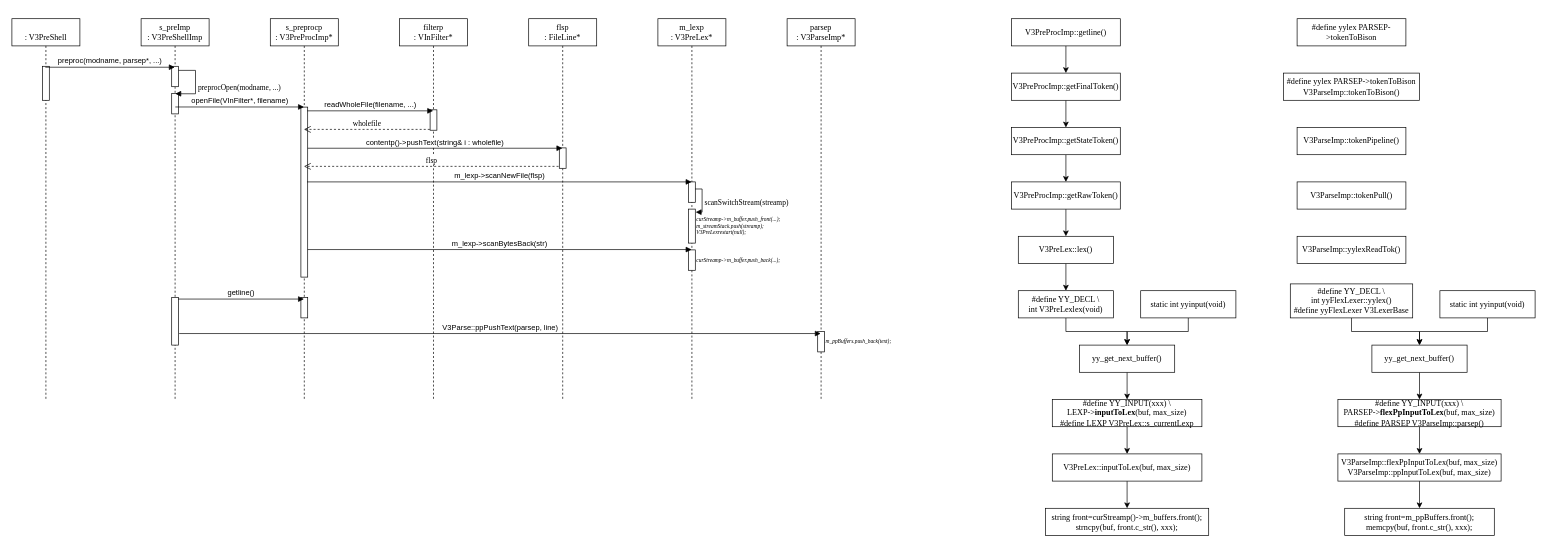
Earlier version of the draw.io diagram verilator_digrams/YY_INPUT.drawio (Dercury/CLDK). Source tidied: cells renumbered, new cells numbered last; positions are measured from the earlier drawing's top-left corner, leaving out a move shared by most shapes. Both pictures are drawn from the tidied source at 68%, with x=0, y=0 at pixel (12, 18).
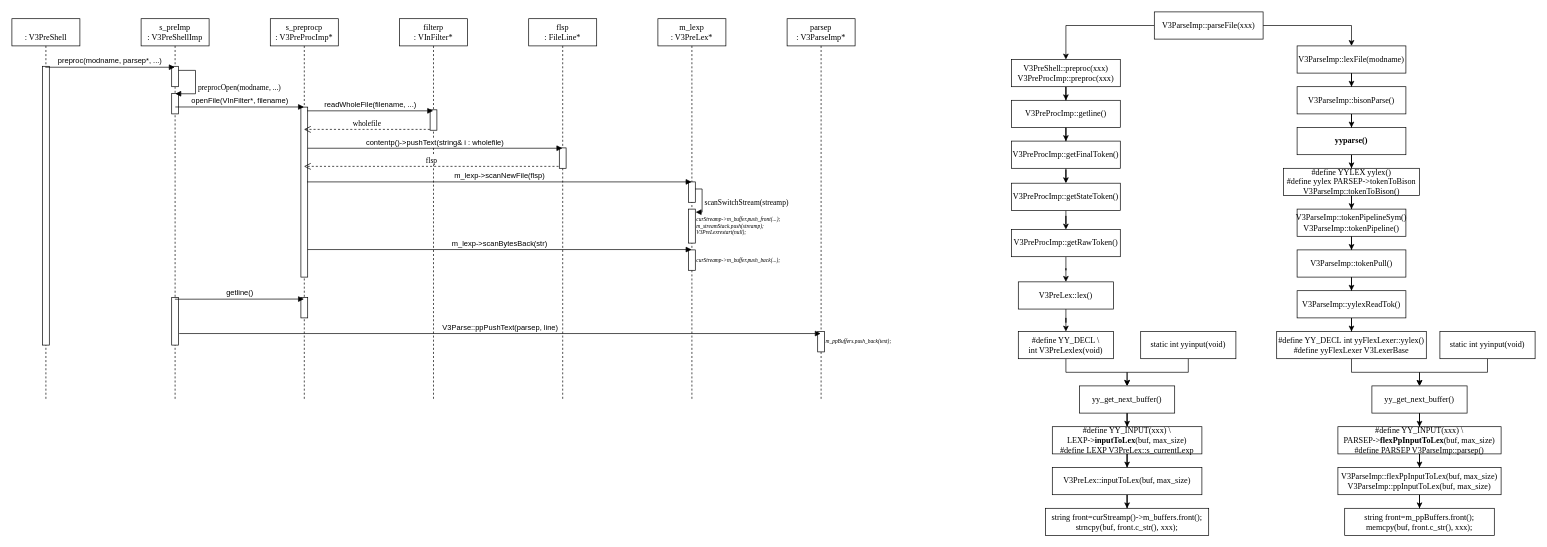
Above is the later version.

Unchanged cells that the change refers to:
```xml
<mxCell id="2" value="&lt;br&gt;: V3PreShell" style="shape=umlLifeline;perimeter=lifelinePerimeter;whiteSpace=wrap;html=1;outlineConnect=0;fontFamily=Times New Roman;" parent="1" vertex="1">
  <mxGeometry width="100" height="562" as="geometry" />
</mxCell>
<mxCell id="4" value="s_preImp&lt;br&gt;: V3PreShellImp" style="shape=umlLifeline;perimeter=lifelinePerimeter;whiteSpace=wrap;html=1;outlineConnect=0;fontFamily=Times New Roman;" parent="1" vertex="1">
  <mxGeometry x="190" width="100" height="562" as="geometry" />
</mxCell>
<mxCell id="8" style="html=1;points=[];perimeter=orthogonalPerimeter;" parent="4" vertex="1">
  <mxGeometry x="45" y="410" width="10" height="70" as="geometry" />
</mxCell>
```

What changed in the source:
```diff
@@
     <mxCell id="3" style="html=1;perimeter=orthogonalPerimeter;" parent="2" vertex="1">
-      <mxGeometry x="45" y="70" width="10" height="50" as="geometry" />
+      <mxGeometry x="45" y="70" width="10" height="410" as="geometry" />
     </mxCell>
@@
-    <mxCell id="13" value="getline()" style="html=1;verticalAlign=bottom;endArrow=block;exitX=0.933;exitY=0.033;exitDx=0;exitDy=0;exitPerimeter=0;" parent="1" edge="1" source="8">
+    <mxCell id="13" value="getline()" style="html=1;verticalAlign=bottom;endArrow=block;exitX=0.497;exitY=0.734;exitDx=0;exitDy=0;exitPerimeter=0;" parent="1" edge="1" source="4">
       <mxGeometry relative="1" as="geometry">
         <mxPoint x="429.5" y="412.3" as="targetPoint" />
       </mxGeometry>
     </mxCell>
@@
     <mxCell id="37" value="#define YY_DECL \&lt;br&gt;int V3PreLexlex(void)" style="rounded=0;whiteSpace=wrap;html=1;fontFamily=Times New Roman;" parent="1" vertex="1">
-      <mxGeometry x="1480" y="400" width="140" height="40" as="geometry" />
+      <mxGeometry x="1480" y="460" width="140" height="40" as="geometry" />
     </mxCell>
@@
     <mxCell id="39" value="yy_get_next_buffer()" style="rounded=0;whiteSpace=wrap;html=1;fontFamily=Times New Roman;" parent="1" vertex="1">
-      <mxGeometry x="1570" y="480" width="140" height="40" as="geometry" />
+      <mxGeometry x="1570" y="540" width="140" height="40" as="geometry" />
     </mxCell>
@@
     <mxCell id="41" value="static int yyinput(void)" style="rounded=0;whiteSpace=wrap;html=1;fontFamily=Times New Roman;" parent="1" vertex="1">
-      <mxGeometry x="1660" y="400" width="140" height="40" as="geometry" />
+      <mxGeometry x="1660" y="460" width="140" height="40" as="geometry" />
     </mxCell>
@@
     <mxCell id="43" value="#define YY_INPUT(xxx) \&lt;br&gt;LEXP-&amp;gt;&lt;b&gt;inputToLex&lt;/b&gt;(buf, max_size)&lt;br&gt;#define LEXP V3PreLex::s_currentLexp" style="rounded=0;whiteSpace=wrap;html=1;fontFamily=Times New Roman;" parent="1" vertex="1">
-      <mxGeometry x="1530" y="560" width="220" height="40" as="geometry" />
+      <mxGeometry x="1530" y="600" width="220" height="40" as="geometry" />
     </mxCell>
@@
     <mxCell id="45" value="V3PreLex::inputToLex(buf, max_size)" style="rounded=0;whiteSpace=wrap;html=1;fontFamily=Times New Roman;" parent="1" vertex="1">
-      <mxGeometry x="1530" y="640" width="220" height="40" as="geometry" />
+      <mxGeometry x="1530" y="660" width="220" height="40" as="geometry" />
     </mxCell>
@@
     <mxCell id="48" value="V3PreLex::lex()" style="rounded=0;whiteSpace=wrap;html=1;fontFamily=Times New Roman;" parent="1" vertex="1">
-      <mxGeometry x="1480" y="320" width="140" height="40" as="geometry" />
+      <mxGeometry x="1480" y="387" width="140" height="40" as="geometry" />
     </mxCell>
@@
     <mxCell id="50" value="V3PreProcImp::getRawToken()" style="rounded=0;whiteSpace=wrap;html=1;fontFamily=Times New Roman;" parent="1" vertex="1">
-      <mxGeometry x="1470" y="240" width="160" height="40" as="geometry" />
+      <mxGeometry x="1470" y="310" width="160" height="40" as="geometry" />
     </mxCell>
@@
     <mxCell id="52" value="V3PreProcImp::getStateToken()" style="rounded=0;whiteSpace=wrap;html=1;fontFamily=Times New Roman;" parent="1" vertex="1">
-      <mxGeometry x="1470" y="160" width="160" height="40" as="geometry" />
+      <mxGeometry x="1470" y="241.9" width="160" height="40" as="geometry" />
     </mxCell>
@@
     <mxCell id="54" value="V3PreProcImp::getFinalToken()" style="rounded=0;whiteSpace=wrap;html=1;fontFamily=Times New Roman;" parent="1" vertex="1">
-      <mxGeometry x="1470" y="80" width="160" height="40" as="geometry" />
+      <mxGeometry x="1470" y="180" width="160" height="40" as="geometry" />
     </mxCell>
@@
     <mxCell id="56" value="V3PreProcImp::getline()" style="rounded=0;whiteSpace=wrap;html=1;fontFamily=Times New Roman;" parent="1" vertex="1">
-      <mxGeometry x="1470" width="160" height="40" as="geometry" />
+      <mxGeometry x="1470" y="120" width="160" height="40" as="geometry" />
     </mxCell>
@@
     <mxCell id="59" value="V3ParseImp::flexPpInputToLex(buf, max_size)&lt;br&gt;V3ParseImp::ppInputToLex(buf, max_size)" style="rounded=0;whiteSpace=wrap;html=1;fontFamily=Times New Roman;" parent="1" vertex="1">
-      <mxGeometry x="1950" y="640" width="240" height="40" as="geometry" />
+      <mxGeometry x="1950" y="660" width="240" height="40" as="geometry" />
     </mxCell>
@@
     <mxCell id="61" value="#define YY_INPUT(xxx) \&lt;br&gt;PARSEP-&amp;gt;&lt;b&gt;flexPpInputToLex&lt;/b&gt;(buf, max_size)&lt;br&gt;#define PARSEP V3ParseImp::parsep()" style="rounded=0;whiteSpace=wrap;html=1;fontFamily=Times New Roman;" parent="1" vertex="1">
-      <mxGeometry x="1950" y="560" width="240" height="40" as="geometry" />
+      <mxGeometry x="1950" y="600" width="240" height="40" as="geometry" />
     </mxCell>
@@
     <mxCell id="63" value="yy_get_next_buffer()" style="rounded=0;whiteSpace=wrap;html=1;fontFamily=Times New Roman;" parent="1" vertex="1">
-      <mxGeometry x="2000" y="480" width="140" height="40" as="geometry" />
+      <mxGeometry x="2000" y="540" width="140" height="40" as="geometry" />
     </mxCell>
@@
     <mxCell id="65" value="static int yyinput(void)" style="rounded=0;whiteSpace=wrap;html=1;fontFamily=Times New Roman;" parent="1" vertex="1">
-      <mxGeometry x="2100" y="400" width="140" height="40" as="geometry" />
+      <mxGeometry x="2100" y="460" width="140" height="40" as="geometry" />
     </mxCell>
@@
-    <mxCell id="67" value="#define YY_DECL \&lt;br&gt;int yyFlexLexer::yylex()&lt;br&gt;#define yyFlexLexer V3LexerBase" style="rounded=0;whiteSpace=wrap;html=1;fontFamily=Times New Roman;" parent="1" vertex="1">
-      <mxGeometry x="1880" y="390" width="180" height="50" as="geometry" />
+    <mxCell id="67" value="#define YY_DECL&amp;nbsp;int yyFlexLexer::yylex()&lt;br&gt;#define yyFlexLexer V3LexerBase" style="rounded=0;whiteSpace=wrap;html=1;fontFamily=Times New Roman;" parent="1" vertex="1">
+      <mxGeometry x="1860" y="460" width="220" height="40" as="geometry" />
     </mxCell>
+    <mxCell id="73" style="edgeStyle=orthogonalEdgeStyle;rounded=0;jettySize=auto;html=1;fontFamily=Times New Roman;fontSize=6;" parent="1" edge="1" source="68" target="67">
+      <mxGeometry relative="1" as="geometry" />
+    </mxCell>
     <mxCell id="68" value="V3ParseImp::yylexReadTok()" style="rounded=0;whiteSpace=wrap;html=1;fontFamily=Times New Roman;" parent="1" vertex="1">
-      <mxGeometry x="1890" y="320" width="160" height="40" as="geometry" />
+      <mxGeometry x="1890" y="400" width="160" height="40" as="geometry" />
     </mxCell>
+    <mxCell id="74" style="edgeStyle=orthogonalEdgeStyle;rounded=0;jettySize=auto;html=1;fontFamily=Times New Roman;fontSize=6;" parent="1" edge="1" source="69" target="68">
+      <mxGeometry relative="1" as="geometry" />
+    </mxCell>
     <mxCell id="69" value="V3ParseImp::tokenPull()" style="rounded=0;whiteSpace=wrap;html=1;fontFamily=Times New Roman;" parent="1" vertex="1">
-      <mxGeometry x="1890" y="240" width="160" height="40" as="geometry" />
+      <mxGeometry x="1890" y="340" width="160" height="40" as="geometry" />
     </mxCell>
+    <mxCell id="75" style="edgeStyle=orthogonalEdgeStyle;rounded=0;jettySize=auto;html=1;fontFamily=Times New Roman;fontSize=6;" parent="1" edge="1" source="70" target="69">
+      <mxGeometry relative="1" as="geometry" />
+    </mxCell>
-    <mxCell id="70" value="V3ParseImp::tokenPipeline()" style="rounded=0;whiteSpace=wrap;html=1;fontFamily=Times New Roman;" parent="1" vertex="1">
-      <mxGeometry x="1890" y="160" width="160" height="40" as="geometry" />
+    <mxCell id="70" value="V3ParseImp::tokenPipelineSym()&lt;br&gt;V3ParseImp::tokenPipeline()" style="rounded=0;whiteSpace=wrap;html=1;fontFamily=Times New Roman;" parent="1" vertex="1">
+      <mxGeometry x="1890" y="280" width="160" height="40" as="geometry" />
     </mxCell>
+    <mxCell id="76" style="edgeStyle=orthogonalEdgeStyle;rounded=0;jettySize=auto;html=1;fontFamily=Times New Roman;fontSize=6;fontColor=#FF0000;" parent="1" edge="1" source="71" target="70">
+      <mxGeometry relative="1" as="geometry" />
+    </mxCell>
-    <mxCell id="71" value="#define yylex PARSEP-&amp;gt;tokenToBison&lt;br&gt;V3ParseImp::tokenToBison()" style="rounded=0;whiteSpace=wrap;html=1;fontFamily=Times New Roman;" parent="1" vertex="1">
-      <mxGeometry x="1870" y="80" width="200" height="40" as="geometry" />
+    <mxCell id="71" value="#define YYLEX yylex()&lt;br&gt;#define yylex PARSEP-&amp;gt;tokenToBison&lt;br&gt;V3ParseImp::tokenToBison()" style="rounded=0;whiteSpace=wrap;html=1;fontFamily=Times New Roman;" parent="1" vertex="1">
+      <mxGeometry x="1870" y="220" width="200" height="40" as="geometry" />
     </mxCell>
+    <mxCell id="77" style="edgeStyle=orthogonalEdgeStyle;rounded=0;jettySize=auto;html=1;fontFamily=Times New Roman;fontSize=6;" parent="1" edge="1" source="72" target="71">
+      <mxGeometry relative="1" as="geometry" />
+    </mxCell>
-    <mxCell id="72" value="#define yylex PARSEP-&amp;gt;tokenToBison" style="rounded=0;whiteSpace=wrap;html=1;fontFamily=Times New Roman;" parent="1" vertex="1">
-      <mxGeometry x="1890" width="160" height="40" as="geometry" />
+    <mxCell id="72" value="yyparse()" style="rounded=0;whiteSpace=wrap;html=1;fontFamily=Times New Roman;fontStyle=1;" parent="1" vertex="1">
+      <mxGeometry x="1890" y="160" width="160" height="40" as="geometry" />
     </mxCell>
+    <mxCell id="78" style="edgeStyle=orthogonalEdgeStyle;rounded=0;jettySize=auto;html=1;fontFamily=Times New Roman;fontSize=6;" parent="1" edge="1" source="79" target="56">
+      <mxGeometry relative="1" as="geometry" />
+    </mxCell>
+    <mxCell id="79" value="V3PreShell::preproc(xxx)&lt;br&gt;V3PreProcImp::preproc(xxx)" style="rounded=0;whiteSpace=wrap;html=1;fontFamily=Times New Roman;" parent="1" vertex="1">
+      <mxGeometry x="1470" y="60" width="160" height="40" as="geometry" />
+    </mxCell>
+    <mxCell id="80" style="edgeStyle=orthogonalEdgeStyle;rounded=0;jettySize=auto;html=1;fontFamily=Times New Roman;fontSize=6;" parent="1" edge="1" source="82" target="79">
+      <mxGeometry relative="1" as="geometry" />
+    </mxCell>
+    <mxCell id="81" style="edgeStyle=orthogonalEdgeStyle;rounded=0;jettySize=auto;html=1;fontFamily=Times New Roman;fontSize=6;fontColor=#FF0000;" parent="1" edge="1" source="82" target="86">
+      <mxGeometry relative="1" as="geometry" />
+    </mxCell>
+    <mxCell id="82" value="V3ParseImp::parseFile(xxx)" style="rounded=0;whiteSpace=wrap;html=1;fontFamily=Times New Roman;" parent="1" vertex="1">
+      <mxGeometry x="1680" y="-10" width="160" height="40" as="geometry" />
+    </mxCell>
+    <mxCell id="83" style="edgeStyle=orthogonalEdgeStyle;rounded=0;jettySize=auto;html=1;fontFamily=Times New Roman;fontSize=6;" parent="1" edge="1" source="84" target="72">
+      <mxGeometry relative="1" as="geometry" />
+    </mxCell>
+    <mxCell id="84" value="V3ParseImp::bisonParse()" style="rounded=0;whiteSpace=wrap;html=1;fontFamily=Times New Roman;" parent="1" vertex="1">
+      <mxGeometry x="1890" y="100" width="160" height="40" as="geometry" />
+    </mxCell>
+    <mxCell id="85" style="edgeStyle=orthogonalEdgeStyle;rounded=0;jettySize=auto;html=1;fontFamily=Times New Roman;fontSize=6;" parent="1" edge="1" source="86" target="84">
+      <mxGeometry relative="1" as="geometry" />
+    </mxCell>
+    <mxCell id="86" value="V3ParseImp::lexFile(modname)" style="rounded=0;whiteSpace=wrap;html=1;fontFamily=Times New Roman;" parent="1" vertex="1">
+      <mxGeometry x="1890" y="40" width="160" height="40" as="geometry" />
+    </mxCell>
```
